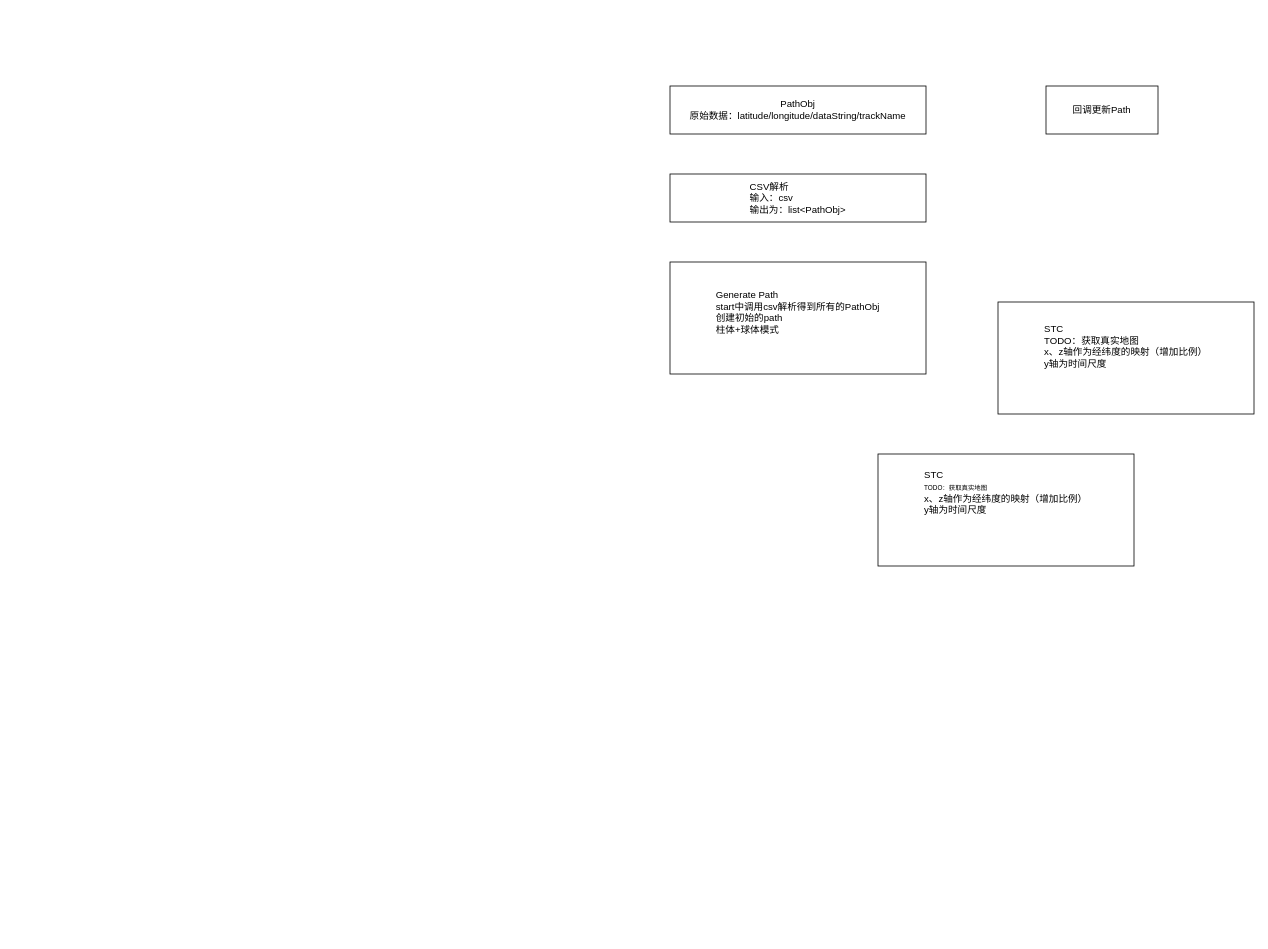
This is STC.drawio from SaberrExcalibur/Draw.io.Save, a draw.io file, before an edit. Source tidied: cells renumbered, new cells numbered last; positions are measured from the earlier drawing's top-left corner, leaving out a move shared by most shapes. Both pictures are drawn from the tidied source at 80%, with x=0, y=0 at pixel (670, 86).
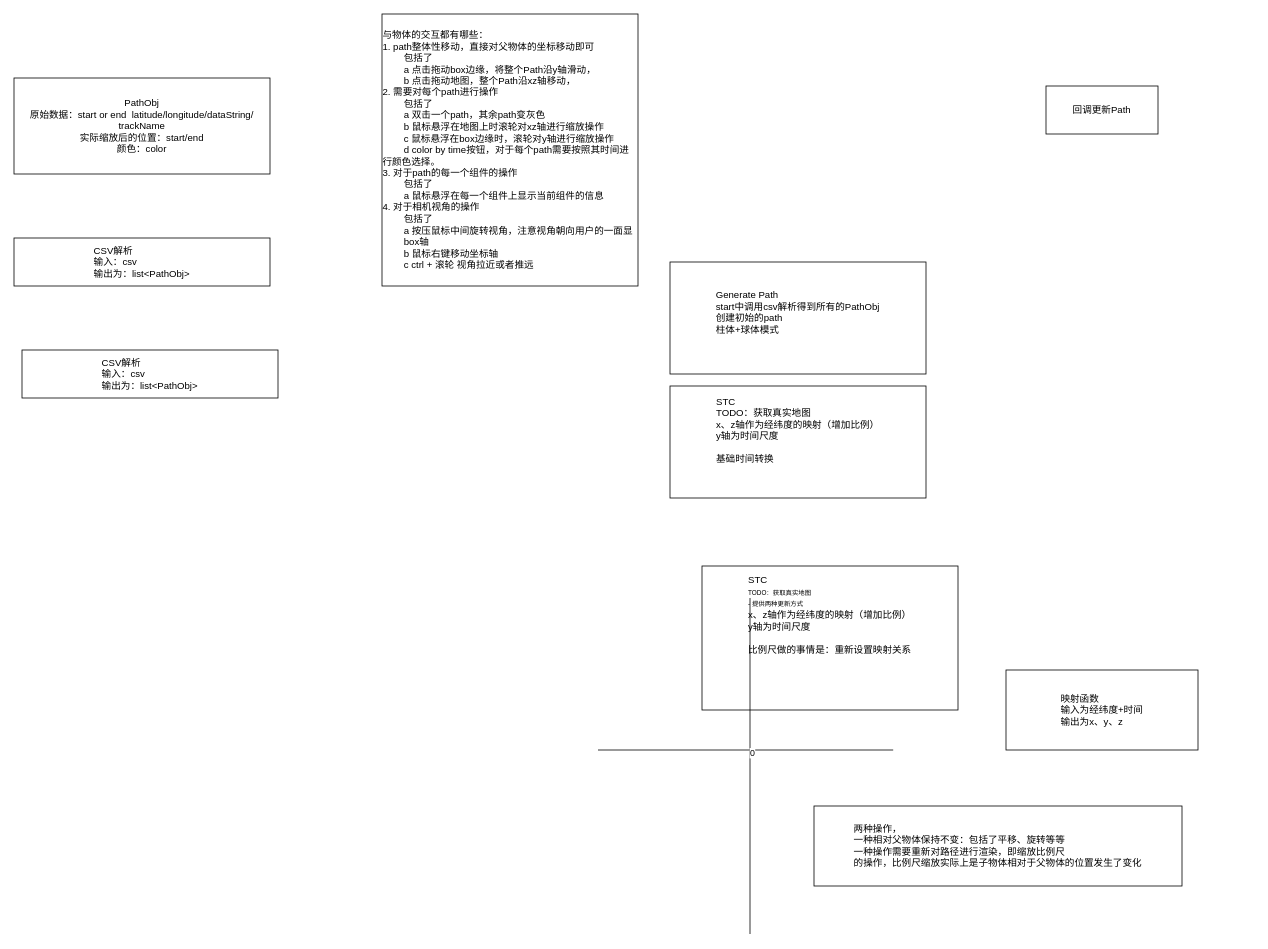
The same diagram, later.

The edit, as a diff of the source:
```diff
@@
 <mxGraphModel>
   <root>
     <mxCell id="0" />
     <mxCell id="1" parent="0" />
-    <mxCell id="2" value="PathObj&lt;br&gt;原始数据：latitude/longitude/dataString/trackName&lt;br&gt;" style="rounded=0;whiteSpace=wrap;html=1;" parent="1" vertex="1">
-      <mxGeometry width="320" height="60" as="geometry" />
+    <mxCell id="2" value="PathObj&lt;br&gt;原始数据：start or end&amp;nbsp; latitude/longitude/dataString/&lt;br&gt;trackName&lt;br&gt;实际缩放后的位置：start/end&lt;br&gt;颜色：color" style="rounded=0;whiteSpace=wrap;html=1;" parent="1" vertex="1">
+      <mxGeometry x="-820" y="-10" width="320" height="120" as="geometry" />
     </mxCell>
     <mxCell id="3" value="&lt;div style=&quot;text-align: left;&quot;&gt;&lt;span style=&quot;background-color: initial;&quot;&gt;CSV解析&lt;/span&gt;&lt;/div&gt;&lt;div style=&quot;text-align: left;&quot;&gt;输入：csv&lt;/div&gt;&lt;div style=&quot;text-align: left;&quot;&gt;输出为：list&amp;lt;PathObj&amp;gt;&lt;/div&gt;" style="rounded=0;whiteSpace=wrap;html=1;" parent="1" vertex="1">
-      <mxGeometry y="110" width="320" height="60" as="geometry" />
+      <mxGeometry x="-820" y="190" width="320" height="60" as="geometry" />
     </mxCell>
     <mxCell id="4" value="&lt;div style=&quot;text-align: left;&quot;&gt;&lt;span style=&quot;background-color: initial;&quot;&gt;Generate Path&lt;/span&gt;&lt;/div&gt;&lt;div style=&quot;text-align: left;&quot;&gt;&lt;span style=&quot;background-color: initial;&quot;&gt;start中调用csv解析得到所有的PathObj&lt;/span&gt;&lt;/div&gt;&lt;div style=&quot;text-align: left;&quot;&gt;创建初始的path&lt;br&gt;柱体+球体模式&lt;/div&gt;&lt;div style=&quot;text-align: left;&quot;&gt;&lt;br&gt;&lt;/div&gt;" style="rounded=0;whiteSpace=wrap;html=1;" parent="1" vertex="1">
       <mxGeometry y="220" width="320" height="140" as="geometry" />
     </mxCell>
     <mxCell id="5" value="&lt;div style=&quot;text-align: left;&quot;&gt;回调更新Path&lt;/div&gt;" style="rounded=0;whiteSpace=wrap;html=1;" parent="1" vertex="1">
       <mxGeometry x="470" width="140" height="60" as="geometry" />
     </mxCell>
-    <mxCell id="6" value="&lt;div style=&quot;text-align: left;&quot;&gt;STC&lt;/div&gt;&lt;div style=&quot;text-align: left;&quot;&gt;TODO：获取真实地图&lt;/div&gt;&lt;div style=&quot;text-align: left;&quot;&gt;x、z轴作为经纬度的映射（增加比例）&lt;/div&gt;&lt;div style=&quot;text-align: left;&quot;&gt;y轴为时间尺度&lt;/div&gt;&lt;div style=&quot;text-align: left;&quot;&gt;&lt;br&gt;&lt;br&gt;&lt;/div&gt;" style="rounded=0;whiteSpace=wrap;html=1;" parent="1" vertex="1">
-      <mxGeometry x="410" y="270" width="320" height="140" as="geometry" />
+    <mxCell id="6" value="&lt;div style=&quot;text-align: left;&quot;&gt;STC&lt;/div&gt;&lt;div style=&quot;text-align: left;&quot;&gt;TODO：获取真实地图&lt;/div&gt;&lt;div style=&quot;text-align: left;&quot;&gt;x、z轴作为经纬度的映射（增加比例）&lt;/div&gt;&lt;div style=&quot;text-align: left;&quot;&gt;y轴为时间尺度&lt;/div&gt;&lt;div style=&quot;text-align: left;&quot;&gt;&lt;br&gt;&lt;/div&gt;&lt;div style=&quot;text-align: left;&quot;&gt;基础时间转换&lt;/div&gt;&lt;div style=&quot;text-align: left;&quot;&gt;&lt;br&gt;&lt;br&gt;&lt;/div&gt;" style="rounded=0;whiteSpace=wrap;html=1;" parent="1" vertex="1">
+      <mxGeometry y="375" width="320" height="140" as="geometry" />
     </mxCell>
-    <mxCell id="7" value="&lt;div style=&quot;text-align: left;&quot;&gt;STC&lt;/div&gt;&lt;div style=&quot;text-align: left;&quot;&gt;&lt;font style=&quot;font-size: 8px;&quot;&gt;TODO：获取真实地图&lt;/font&gt;&lt;/div&gt;&lt;div style=&quot;text-align: left;&quot;&gt;x、z轴作为经纬度的映射（增加比例）&lt;/div&gt;&lt;div style=&quot;text-align: left;&quot;&gt;y轴为时间尺度&lt;/div&gt;&lt;div style=&quot;text-align: left;&quot;&gt;&lt;br&gt;&lt;/div&gt;&lt;div style=&quot;text-align: left;&quot;&gt;&lt;br&gt;&lt;br&gt;&lt;/div&gt;" style="rounded=0;whiteSpace=wrap;html=1;" parent="1" vertex="1">
-      <mxGeometry x="260" y="460" width="320" height="140" as="geometry" />
+    <mxCell id="7" value="&lt;div style=&quot;text-align: left;&quot;&gt;STC&lt;/div&gt;&lt;div style=&quot;text-align: left;&quot;&gt;&lt;font style=&quot;font-size: 8px;&quot;&gt;TODO：获取真实地图&lt;/font&gt;&lt;/div&gt;&lt;div style=&quot;text-align: left;&quot;&gt;&lt;font style=&quot;font-size: 8px;&quot;&gt;- 提供两种更新方式&lt;/font&gt;&lt;/div&gt;&lt;div style=&quot;text-align: left;&quot;&gt;x、z轴作为经纬度的映射（增加比例）&lt;/div&gt;&lt;div style=&quot;text-align: left;&quot;&gt;y轴为时间尺度&lt;/div&gt;&lt;div style=&quot;text-align: left;&quot;&gt;&lt;br&gt;&lt;/div&gt;&lt;div style=&quot;text-align: left;&quot;&gt;比例尺做的事情是：重新设置映射关系&lt;/div&gt;&lt;div style=&quot;text-align: left;&quot;&gt;&lt;br&gt;&lt;/div&gt;&lt;div style=&quot;text-align: left;&quot;&gt;&lt;br&gt;&lt;/div&gt;&lt;div style=&quot;text-align: left;&quot;&gt;&lt;br&gt;&lt;br&gt;&lt;/div&gt;" style="rounded=0;whiteSpace=wrap;html=1;" parent="1" vertex="1">
+      <mxGeometry x="40" y="600" width="320" height="180" as="geometry" />
     </mxCell>
+    <mxCell id="8" style="endArrow=none;html=1;rounded=0;" parent="1" edge="1">
+      <mxGeometry relative="1" as="geometry">
+        <mxPoint x="100" y="1060" as="sourcePoint" />
+        <mxPoint x="100" y="640" as="targetPoint" />
+      </mxGeometry>
+    </mxCell>
+    <mxCell id="9" style="endArrow=none;html=1;rounded=0;" parent="1" edge="1">
+      <mxGeometry relative="1" as="geometry">
+        <mxPoint x="-90" y="830" as="sourcePoint" />
+        <mxPoint x="279" y="830" as="targetPoint" />
+      </mxGeometry>
+    </mxCell>
+    <mxCell id="10" value="0" style="edgeLabel;html=1;align=center;verticalAlign=middle;" parent="9" vertex="1">
+      <mxGeometry x="0.04" y="-3" relative="1" as="geometry" />
+    </mxCell>
+    <mxCell id="11" value="&lt;div style=&quot;text-align: left;&quot;&gt;映射函数&lt;/div&gt;&lt;div style=&quot;text-align: left;&quot;&gt;输入为经纬度+时间&lt;/div&gt;&lt;div style=&quot;text-align: left;&quot;&gt;输出为x、y、z&lt;/div&gt;" style="rounded=0;whiteSpace=wrap;html=1;" parent="1" vertex="1">
+      <mxGeometry x="420" y="730" width="240" height="100" as="geometry" />
+    </mxCell>
+    <mxCell id="12" value="&lt;div style=&quot;text-align: left;&quot;&gt;两种操作，&lt;/div&gt;&lt;div style=&quot;text-align: left;&quot;&gt;一种相对父物体保持不变：&lt;span style=&quot;background-color: initial;&quot;&gt;包括了平移、旋转等等&lt;/span&gt;&lt;/div&gt;&lt;div style=&quot;text-align: left;&quot;&gt;一种操作需要重新对路径进行渲染，即缩放比例尺&lt;/div&gt;&lt;div style=&quot;text-align: left;&quot;&gt;的操作，比例尺缩放实际上是子物体相对于父物体的位置发生了变化&lt;/div&gt;" style="rounded=0;whiteSpace=wrap;html=1;" parent="1" vertex="1">
+      <mxGeometry x="180" y="900" width="460" height="100" as="geometry" />
+    </mxCell>
+    <mxCell id="13" value="&lt;div style=&quot;text-align: left;&quot;&gt;&lt;span style=&quot;background-color: initial;&quot;&gt;CSV解析&lt;/span&gt;&lt;/div&gt;&lt;div style=&quot;text-align: left;&quot;&gt;输入：csv&lt;/div&gt;&lt;div style=&quot;text-align: left;&quot;&gt;输出为：list&amp;lt;PathObj&amp;gt;&lt;/div&gt;" style="rounded=0;whiteSpace=wrap;html=1;" parent="1" vertex="1">
+      <mxGeometry x="-810" y="330" width="320" height="60" as="geometry" />
+    </mxCell>
+    <mxCell id="14" value="&lt;div style=&quot;text-align: left;&quot;&gt;与物体的交互都有哪些：&lt;/div&gt;&lt;div style=&quot;text-align: left;&quot;&gt;1. path整体性移动，直接对父物体的坐标移动即可&lt;/div&gt;&lt;div style=&quot;text-align: left;&quot;&gt;&lt;span style=&quot;white-space: pre;&quot;&gt;&#9;&lt;/span&gt;包括了&lt;br&gt;&lt;span style=&quot;white-space: pre;&quot;&gt;&#9;&lt;/span&gt;a 点击拖动box边缘，将整个Path沿y轴滑动，&lt;br&gt;&lt;/div&gt;&lt;div style=&quot;text-align: left;&quot;&gt;&lt;span style=&quot;white-space: pre;&quot;&gt;&#9;&lt;/span&gt;b 点击拖动地图，整个Path沿xz轴移动，&lt;br&gt;&lt;/div&gt;&lt;div style=&quot;text-align: left;&quot;&gt;2. 需要对每个path进行操作&lt;/div&gt;&lt;div style=&quot;text-align: left;&quot;&gt;&lt;span style=&quot;white-space: pre;&quot;&gt;&#9;&lt;/span&gt;包括了&lt;br&gt;&lt;/div&gt;&lt;div style=&quot;text-align: left;&quot;&gt;&lt;span style=&quot;white-space: pre;&quot;&gt;&#9;&lt;/span&gt;a 双击一个path，其余path变灰色&lt;br&gt;&lt;/div&gt;&lt;div style=&quot;text-align: left;&quot;&gt;&lt;span style=&quot;white-space: pre;&quot;&gt;&#9;&lt;/span&gt;b 鼠标悬浮在地图上时滚轮对xz轴进行缩放操作&lt;br&gt;&lt;/div&gt;&lt;div style=&quot;text-align: left;&quot;&gt;&lt;span style=&quot;white-space: pre;&quot;&gt;&#9;&lt;/span&gt;c 鼠标悬浮在box边缘时，滚轮对y轴进行缩放操作&lt;br&gt;&lt;/div&gt;&lt;div style=&quot;text-align: left;&quot;&gt;&lt;span style=&quot;white-space: pre;&quot;&gt;&#9;&lt;/span&gt;d color by time按钮，对于每个path需要按照其时间进行颜色选择。&lt;br&gt;&lt;/div&gt;&lt;div style=&quot;text-align: left;&quot;&gt;3. 对于path的每一个组件的操作&lt;/div&gt;&lt;div style=&quot;text-align: left;&quot;&gt;&lt;span style=&quot;white-space: pre;&quot;&gt;&#9;&lt;/span&gt;包括了&lt;br&gt;&lt;/div&gt;&lt;div style=&quot;text-align: left;&quot;&gt;&lt;span style=&quot;white-space: pre;&quot;&gt;&#9;&lt;/span&gt;a 鼠标悬浮在每一个组件上显示当前组件的信息&lt;br&gt;&lt;/div&gt;&lt;div style=&quot;text-align: left;&quot;&gt;4. 对于相机视角的操作&lt;/div&gt;&lt;div style=&quot;text-align: left;&quot;&gt;&lt;span style=&quot;white-space: pre;&quot;&gt;&#9;&lt;/span&gt;包括了&lt;br&gt;&lt;/div&gt;&lt;div style=&quot;text-align: left;&quot;&gt;&lt;span style=&quot;white-space: pre;&quot;&gt;&#9;&lt;/span&gt;a 按压鼠标中间旋转视角，注意视角朝向用户的一面显&lt;br&gt;&lt;/div&gt;&lt;div style=&quot;text-align: left;&quot;&gt;&lt;span style=&quot;white-space: pre;&quot;&gt;&#9;&lt;/span&gt;box轴&lt;br&gt;&lt;/div&gt;&lt;div style=&quot;text-align: left;&quot;&gt;&lt;span style=&quot;white-space: pre;&quot;&gt;&#9;&lt;/span&gt;b 鼠标右键移动坐标轴&lt;br&gt;&lt;/div&gt;&lt;div style=&quot;text-align: left;&quot;&gt;&lt;span style=&quot;white-space: pre;&quot;&gt;&#9;&lt;/span&gt;c ctrl + 滚轮 视角拉近或者推远&lt;br&gt;&lt;/div&gt;" style="rounded=0;whiteSpace=wrap;html=1;" parent="1" vertex="1">
+      <mxGeometry x="-360" y="-90" width="320" height="340" as="geometry" />
+    </mxCell>
   </root>
 </mxGraphModel>
```
